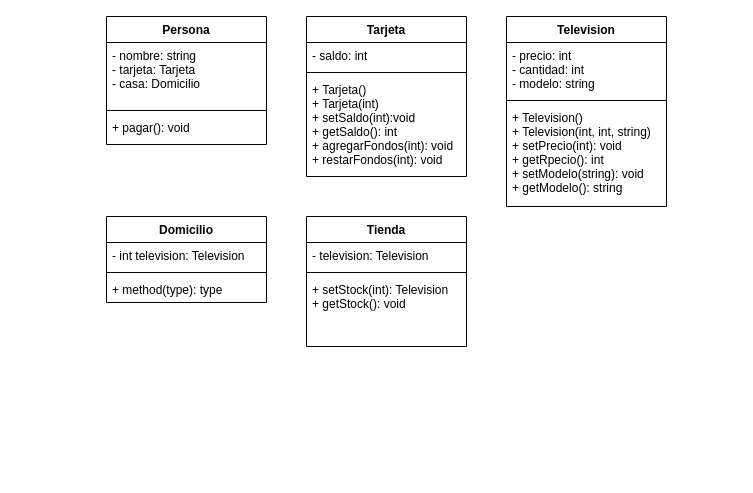
This is Segundo_semestre/POO/Tareas/Tarea1/uml.drawio from celiphcephei/Uni, a draw.io file, before an edit. Source tidied: cells renumbered, new cells numbered last; positions are measured from the earlier drawing's top-left corner, leaving out a move shared by most shapes. Both pictures are drawn from the tidied source at 100%, with x=0, y=0 at pixel (106, 16).
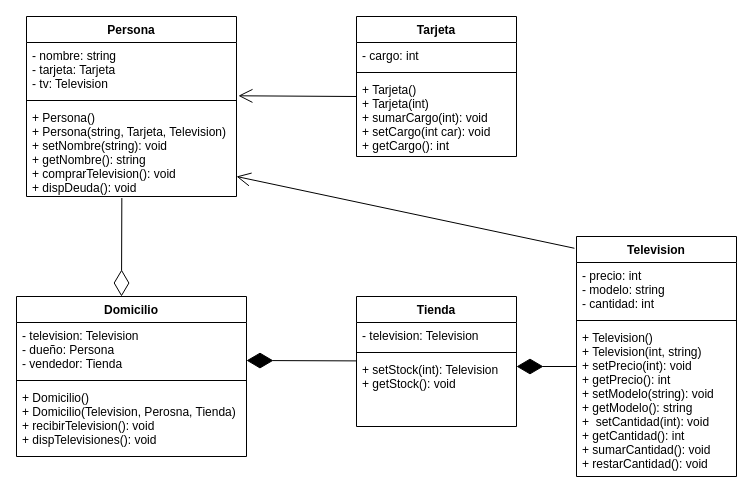
The same page after the edit.

What changed in the source:
```diff
@@
     <mxCell id="2" value="Tarjeta" style="swimlane;fontStyle=1;align=center;verticalAlign=top;horizontal=1;startSize=26;" parent="1" vertex="1">
-      <mxGeometry x="200" width="160" height="160" as="geometry" />
+      <mxGeometry x="250" width="160" height="140" as="geometry" />
     </mxCell>
-    <mxCell id="3" value="- saldo: int" style="text;strokeColor=none;fillColor=none;align=left;verticalAlign=top;spacingLeft=4;spacingRight=4;overflow=hidden;" parent="2" vertex="1">
+    <mxCell id="3" value="- cargo: int" style="text;strokeColor=none;fillColor=none;align=left;verticalAlign=top;spacingLeft=4;spacingRight=4;overflow=hidden;" parent="2" vertex="1">
       <mxGeometry y="26" width="160" height="26" as="geometry" />
     </mxCell>
@@
-    <mxCell id="5" value="+ Tarjeta()&#10;+ Tarjeta(int)&#10;+ setSaldo(int):void&#10;+ getSaldo(): int&#10;+ agregarFondos(int): void&#10;+ restarFondos(int): void" style="text;strokeColor=none;fillColor=none;align=left;verticalAlign=top;spacingLeft=4;spacingRight=4;overflow=hidden;" parent="2" vertex="1">
-      <mxGeometry y="60" width="160" height="100" as="geometry" />
+    <mxCell id="5" value="+ Tarjeta()&#10;+ Tarjeta(int)&#10;+ sumarCargo(int): void&#10;+ setCargo(int car): void&#10;+ getCargo(): int" style="text;strokeColor=none;fillColor=none;align=left;verticalAlign=top;spacingLeft=4;spacingRight=4;overflow=hidden;" parent="2" vertex="1">
+      <mxGeometry y="60" width="160" height="80" as="geometry" />
     </mxCell>
     <mxCell id="6" value="Television" style="swimlane;fontStyle=1;align=center;verticalAlign=top;horizontal=1;startSize=26;" parent="1" vertex="1">
-      <mxGeometry x="400" width="160" height="190" as="geometry" />
+      <mxGeometry x="470" y="220" width="160" height="240" as="geometry" />
     </mxCell>
-    <mxCell id="7" value="- precio: int&#10;- cantidad: int&#10;- modelo: string" style="text;strokeColor=none;fillColor=none;align=left;verticalAlign=top;spacingLeft=4;spacingRight=4;overflow=hidden;" parent="6" vertex="1">
+    <mxCell id="7" value="- precio: int&#10;- modelo: string&#10;- cantidad: int" style="text;strokeColor=none;fillColor=none;align=left;verticalAlign=top;spacingLeft=4;spacingRight=4;overflow=hidden;" parent="6" vertex="1">
       <mxGeometry y="26" width="160" height="54" as="geometry" />
     </mxCell>
@@
-    <mxCell id="9" value="+ Television()&#10;+ Television(int, int, string)&#10;+ setPrecio(int): void&#10;+ getRpecio(): int&#10;+ setModelo(string): void&#10;+ getModelo(): string" style="text;strokeColor=none;fillColor=none;align=left;verticalAlign=top;spacingLeft=4;spacingRight=4;overflow=hidden;" parent="6" vertex="1">
-      <mxGeometry y="88" width="160" height="102" as="geometry" />
+    <mxCell id="9" value="+ Television()&#10;+ Television(int, string)&#10;+ setPrecio(int): void&#10;+ getPrecio(): int&#10;+ setModelo(string): void&#10;+ getModelo(): string&#10;+  setCantidad(int): void&#10;+ getCantidad(): int&#10;+ sumarCantidad(): void&#10;+ restarCantidad(): void" style="text;strokeColor=none;fillColor=none;align=left;verticalAlign=top;spacingLeft=4;spacingRight=4;overflow=hidden;" parent="6" vertex="1">
+      <mxGeometry y="88" width="160" height="152" as="geometry" />
     </mxCell>
     <mxCell id="10" value="Persona" style="swimlane;fontStyle=1;align=center;verticalAlign=top;horizontal=1;startSize=26;" parent="1" vertex="1">
-      <mxGeometry width="160" height="128" as="geometry" />
+      <mxGeometry x="-80" width="210" height="180" as="geometry" />
     </mxCell>
-    <mxCell id="11" value="- nombre: string&#10;- tarjeta: Tarjeta&#10;- casa: Domicilio" style="text;strokeColor=none;fillColor=none;align=left;verticalAlign=top;spacingLeft=4;spacingRight=4;overflow=hidden;points=[[0,0.5],[1,0.5]];portConstraint=eastwest;" parent="10" vertex="1">
-      <mxGeometry y="26" width="160" height="64" as="geometry" />
+    <mxCell id="11" value="- nombre: string&#10;- tarjeta: Tarjeta&#10;- tv: Television" style="text;strokeColor=none;fillColor=none;align=left;verticalAlign=top;spacingLeft=4;spacingRight=4;overflow=hidden;points=[[0,0.5],[1,0.5]];portConstraint=eastwest;" parent="10" vertex="1">
+      <mxGeometry y="26" width="210" height="54" as="geometry" />
     </mxCell>
     <mxCell id="12" style="line;strokeWidth=1;fillColor=none;align=left;verticalAlign=middle;spacingTop=-1;spacingLeft=3;spacingRight=3;labelPosition=right;strokeColor=inherit;" parent="10" vertex="1">
-      <mxGeometry y="90" width="160" height="8" as="geometry" />
+      <mxGeometry y="80" width="210" height="8" as="geometry" />
     </mxCell>
-    <mxCell id="13" value="+ pagar(): void" style="text;strokeColor=none;fillColor=none;align=left;verticalAlign=top;spacingLeft=4;spacingRight=4;overflow=hidden;points=[[0,0.5],[1,0.5]];portConstraint=eastwest;" parent="10" vertex="1">
-      <mxGeometry y="98" width="160" height="30" as="geometry" />
+    <mxCell id="13" value="+ Persona()&#10;+ Persona(string, Tarjeta, Television)&#10;+ setNombre(string): void&#10;+ getNombre(): string&#10;+ comprarTelevision(): void&#10;+ dispDeuda(): void" style="text;strokeColor=none;fillColor=none;align=left;verticalAlign=top;spacingLeft=4;spacingRight=4;overflow=hidden;points=[[0,0.5],[1,0.5]];portConstraint=eastwest;" parent="10" vertex="1">
+      <mxGeometry y="88" width="210" height="92" as="geometry" />
     </mxCell>
     <mxCell id="14" value="Domicilio" style="swimlane;fontStyle=1;align=center;verticalAlign=top;horizontal=1;startSize=26;" parent="1" vertex="1">
-      <mxGeometry y="200" width="160" height="86" as="geometry" />
+      <mxGeometry x="-90" y="280" width="230" height="160" as="geometry" />
     </mxCell>
-    <mxCell id="15" value="- int television: Television" style="text;strokeColor=none;fillColor=none;align=left;verticalAlign=top;spacingLeft=4;spacingRight=4;overflow=hidden;" parent="14" vertex="1">
-      <mxGeometry y="26" width="160" height="26" as="geometry" />
+    <mxCell id="15" value="- television: Television&#10;- dueño: Persona&#10;- vendedor: Tienda&#10;" style="text;strokeColor=none;fillColor=none;align=left;verticalAlign=top;spacingLeft=4;spacingRight=4;overflow=hidden;" parent="14" vertex="1">
+      <mxGeometry y="26" width="230" height="54" as="geometry" />
     </mxCell>
     <mxCell id="16" style="line;strokeWidth=1;fillColor=none;align=left;verticalAlign=middle;spacingTop=-1;spacingLeft=3;spacingRight=3;labelPosition=right;strokeColor=inherit;" parent="14" vertex="1">
-      <mxGeometry y="52" width="160" height="8" as="geometry" />
+      <mxGeometry y="80" width="230" height="8" as="geometry" />
     </mxCell>
-    <mxCell id="17" value="+ method(type): type" style="text;strokeColor=none;fillColor=none;align=left;verticalAlign=top;spacingLeft=4;spacingRight=4;overflow=hidden;" parent="14" vertex="1">
-      <mxGeometry y="60" width="160" height="26" as="geometry" />
+    <mxCell id="17" value="+ Domicilio()&#10;+ Domicilio(Television, Perosna, Tienda)&#10;+ recibirTelevision(): void&#10;+ dispTelevisiones(): void" style="text;strokeColor=none;fillColor=none;align=left;verticalAlign=top;spacingLeft=4;spacingRight=4;overflow=hidden;" parent="14" vertex="1">
+      <mxGeometry y="88" width="230" height="72" as="geometry" />
     </mxCell>
     <mxCell id="18" value="Tienda" style="swimlane;fontStyle=1;align=center;verticalAlign=top;horizontal=1;startSize=26;" parent="1" vertex="1">
-      <mxGeometry x="200" y="200" width="160" height="130" as="geometry" />
+      <mxGeometry x="250" y="280" width="160" height="130" as="geometry" />
     </mxCell>
@@
+    <mxCell id="22" style="endArrow=diamondThin;endFill=0;endSize=24;html=1;exitX=0.454;exitY=1.017;exitDx=0;exitDy=0;exitPerimeter=0;" parent="1" edge="1" source="13">
+      <mxGeometry relative="1" as="geometry">
+        <mxPoint x="15" y="280" as="targetPoint" />
+      </mxGeometry>
+    </mxCell>
+    <mxCell id="23" style="endArrow=open;endFill=1;endSize=12;html=1;entryX=1.009;entryY=0.987;entryDx=0;entryDy=0;entryPerimeter=0;" parent="1" edge="1" target="11">
+      <mxGeometry relative="1" as="geometry">
+        <mxPoint x="250" y="80" as="sourcePoint" />
+      </mxGeometry>
+    </mxCell>
+    <mxCell id="24" style="endArrow=diamondThin;endFill=1;endSize=24;html=1;" parent="1" edge="1">
+      <mxGeometry relative="1" as="geometry">
+        <mxPoint x="470" y="350" as="sourcePoint" />
+        <mxPoint x="410" y="350" as="targetPoint" />
+      </mxGeometry>
+    </mxCell>
+    <mxCell id="25" style="endArrow=diamondThin;endFill=1;endSize=24;html=1;" parent="1" edge="1">
+      <mxGeometry relative="1" as="geometry">
+        <mxPoint x="250" y="344.4" as="sourcePoint" />
+        <mxPoint x="140" y="344" as="targetPoint" />
+      </mxGeometry>
+    </mxCell>
+    <mxCell id="26" style="endArrow=open;endFill=1;endSize=12;html=1;entryX=1.009;entryY=0.987;entryDx=0;entryDy=0;entryPerimeter=0;exitX=-0.013;exitY=0.049;exitDx=0;exitDy=0;exitPerimeter=0;" parent="1" edge="1" source="6">
+      <mxGeometry relative="1" as="geometry">
+        <mxPoint x="130" y="160" as="targetPoint" />
+      </mxGeometry>
+    </mxCell>
```
